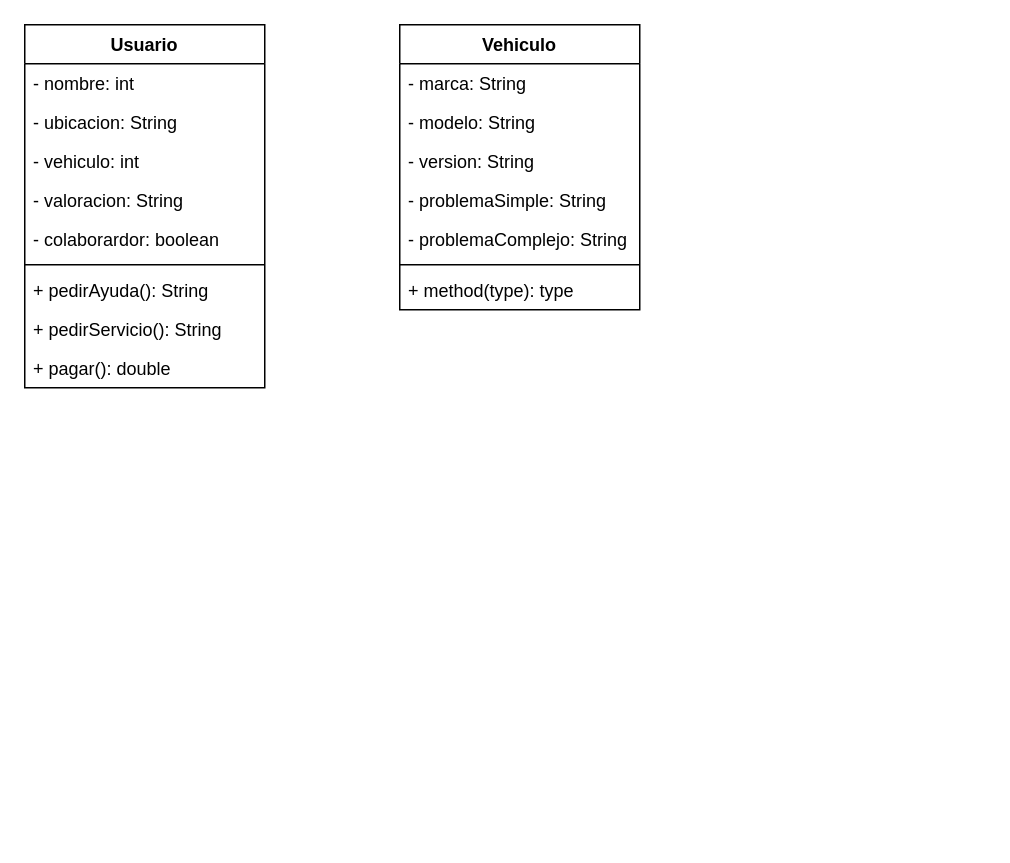
The draw.io diagram Untitled Diagram.drawio in CarlosFerOrduna/Auxilio, before the edit. Source tidied: cells renumbered, new cells numbered last; positions are measured from the earlier drawing's top-left corner, leaving out a move shared by most shapes. Both pictures are drawn from the tidied source at 150%, with x=0, y=0 at pixel (24, 24).
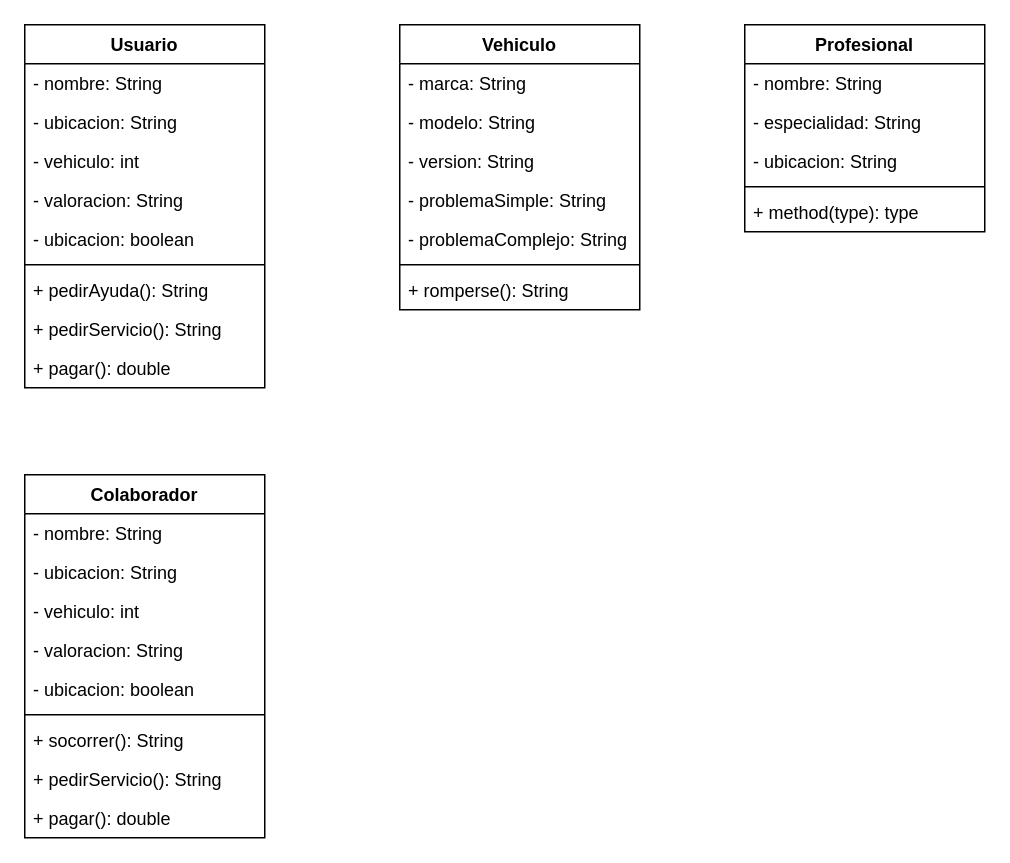
After the change.

The change refers to these unchanged cells:
```xml
<mxCell id="2" value="Usuario" style="swimlane;fontStyle=1;align=center;verticalAlign=top;horizontal=1;startSize=26;" parent="1" vertex="1">
  <mxGeometry width="160" height="242" as="geometry" />
</mxCell>
<mxCell id="12" value="Vehiculo" style="swimlane;fontStyle=1;align=center;verticalAlign=top;horizontal=1;startSize=26;" parent="1" vertex="1">
  <mxGeometry x="250" width="160" height="190" as="geometry" />
</mxCell>
```

The edit, as a diff of the source:
```diff
@@
-    <mxCell id="3" value="- nombre: int" style="text;strokeColor=none;fillColor=none;align=left;verticalAlign=top;spacingLeft=4;spacingRight=4;overflow=hidden;" parent="2" vertex="1">
+    <mxCell id="3" value="- nombre: String" style="text;strokeColor=none;fillColor=none;align=left;verticalAlign=top;spacingLeft=4;spacingRight=4;overflow=hidden;" parent="2" vertex="1">
       <mxGeometry y="26" width="160" height="26" as="geometry" />
     </mxCell>
@@
-    <mxCell id="7" value="- colaborardor: boolean" style="text;strokeColor=none;fillColor=none;align=left;verticalAlign=top;spacingLeft=4;spacingRight=4;overflow=hidden;" parent="2" vertex="1">
+    <mxCell id="7" value="- ubicacion: boolean" style="text;strokeColor=none;fillColor=none;align=left;verticalAlign=top;spacingLeft=4;spacingRight=4;overflow=hidden;" parent="2" vertex="1">
       <mxGeometry y="130" width="160" height="26" as="geometry" />
     </mxCell>
@@
-    <mxCell id="19" value="+ method(type): type" style="text;strokeColor=none;fillColor=none;align=left;verticalAlign=top;spacingLeft=4;spacingRight=4;overflow=hidden;" parent="12" vertex="1">
+    <mxCell id="19" value="+ romperse(): String" style="text;strokeColor=none;fillColor=none;align=left;verticalAlign=top;spacingLeft=4;spacingRight=4;overflow=hidden;" parent="12" vertex="1">
       <mxGeometry y="164" width="160" height="26" as="geometry" />
     </mxCell>
+    <mxCell id="20" value="Profesional" style="swimlane;fontStyle=1;align=center;verticalAlign=top;horizontal=1;startSize=26;" parent="1" vertex="1">
+      <mxGeometry x="480" width="160" height="138" as="geometry" />
+    </mxCell>
+    <mxCell id="21" value="- nombre: String" style="text;strokeColor=none;fillColor=none;align=left;verticalAlign=top;spacingLeft=4;spacingRight=4;overflow=hidden;" parent="20" vertex="1">
+      <mxGeometry y="26" width="160" height="26" as="geometry" />
+    </mxCell>
+    <mxCell id="22" value="- especialidad: String" style="text;strokeColor=none;fillColor=none;align=left;verticalAlign=top;spacingLeft=4;spacingRight=4;overflow=hidden;" parent="20" vertex="1">
+      <mxGeometry y="52" width="160" height="26" as="geometry" />
+    </mxCell>
+    <mxCell id="23" value="- ubicacion: String" style="text;strokeColor=none;fillColor=none;align=left;verticalAlign=top;spacingLeft=4;spacingRight=4;overflow=hidden;" parent="20" vertex="1">
+      <mxGeometry y="78" width="160" height="26" as="geometry" />
+    </mxCell>
+    <mxCell id="24" style="line;strokeWidth=1;fillColor=none;align=left;verticalAlign=middle;spacingTop=-1;spacingLeft=3;spacingRight=3;labelPosition=right;" parent="20" vertex="1">
+      <mxGeometry y="104" width="160" height="8" as="geometry" />
+    </mxCell>
+    <mxCell id="25" value="+ method(type): type" style="text;strokeColor=none;fillColor=none;align=left;verticalAlign=top;spacingLeft=4;spacingRight=4;overflow=hidden;" parent="20" vertex="1">
+      <mxGeometry y="112" width="160" height="26" as="geometry" />
+    </mxCell>
+    <mxCell id="26" value="Colaborador" style="swimlane;fontStyle=1;align=center;verticalAlign=top;horizontal=1;startSize=26;" parent="1" vertex="1">
+      <mxGeometry y="300" width="160" height="242" as="geometry" />
+    </mxCell>
+    <mxCell id="27" value="- nombre: String" style="text;strokeColor=none;fillColor=none;align=left;verticalAlign=top;spacingLeft=4;spacingRight=4;overflow=hidden;" parent="26" vertex="1">
+      <mxGeometry y="26" width="160" height="26" as="geometry" />
+    </mxCell>
+    <mxCell id="28" value="- ubicacion: String" style="text;strokeColor=none;fillColor=none;align=left;verticalAlign=top;spacingLeft=4;spacingRight=4;overflow=hidden;" parent="26" vertex="1">
+      <mxGeometry y="52" width="160" height="26" as="geometry" />
+    </mxCell>
+    <mxCell id="29" value="- vehiculo: int" style="text;strokeColor=none;fillColor=none;align=left;verticalAlign=top;spacingLeft=4;spacingRight=4;overflow=hidden;" parent="26" vertex="1">
+      <mxGeometry y="78" width="160" height="26" as="geometry" />
+    </mxCell>
+    <mxCell id="30" value="- valoracion: String" style="text;strokeColor=none;fillColor=none;align=left;verticalAlign=top;spacingLeft=4;spacingRight=4;overflow=hidden;" parent="26" vertex="1">
+      <mxGeometry y="104" width="160" height="26" as="geometry" />
+    </mxCell>
+    <mxCell id="31" value="- ubicacion: boolean" style="text;strokeColor=none;fillColor=none;align=left;verticalAlign=top;spacingLeft=4;spacingRight=4;overflow=hidden;" parent="26" vertex="1">
+      <mxGeometry y="130" width="160" height="26" as="geometry" />
+    </mxCell>
+    <mxCell id="32" style="line;strokeWidth=1;fillColor=none;align=left;verticalAlign=middle;spacingTop=-1;spacingLeft=3;spacingRight=3;labelPosition=right;" parent="26" vertex="1">
+      <mxGeometry y="156" width="160" height="8" as="geometry" />
+    </mxCell>
+    <mxCell id="33" value="+ socorrer(): String" style="text;strokeColor=none;fillColor=none;align=left;verticalAlign=top;spacingLeft=4;spacingRight=4;overflow=hidden;" parent="26" vertex="1">
+      <mxGeometry y="164" width="160" height="26" as="geometry" />
+    </mxCell>
+    <mxCell id="34" value="+ pedirServicio(): String" style="text;strokeColor=none;fillColor=none;align=left;verticalAlign=top;spacingLeft=4;spacingRight=4;overflow=hidden;" parent="26" vertex="1">
+      <mxGeometry y="190" width="160" height="26" as="geometry" />
+    </mxCell>
+    <mxCell id="35" value="+ pagar(): double&#10;" style="text;strokeColor=none;fillColor=none;align=left;verticalAlign=top;spacingLeft=4;spacingRight=4;overflow=hidden;" parent="26" vertex="1">
+      <mxGeometry y="216" width="160" height="26" as="geometry" />
+    </mxCell>
```
